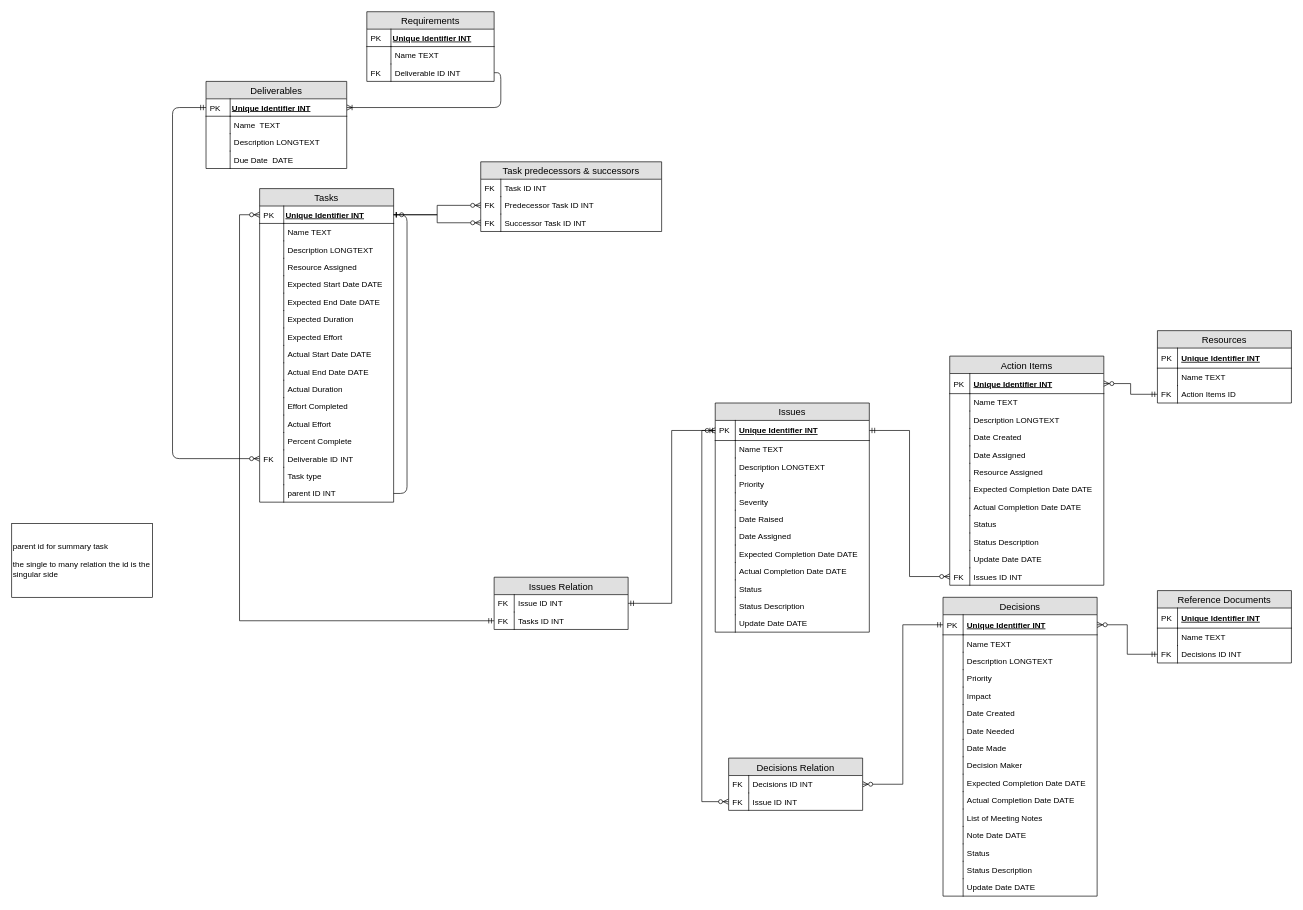
This is ERD.drawio from alicebalayan/comp380---project3, a draw.io file, before an edit. Source tidied: cells renumbered, new cells numbered last; positions are measured from the earlier drawing's top-left corner, leaving out a move shared by most shapes. Both pictures are drawn from the tidied source at 67%, with x=0, y=0 at pixel (11, 11).
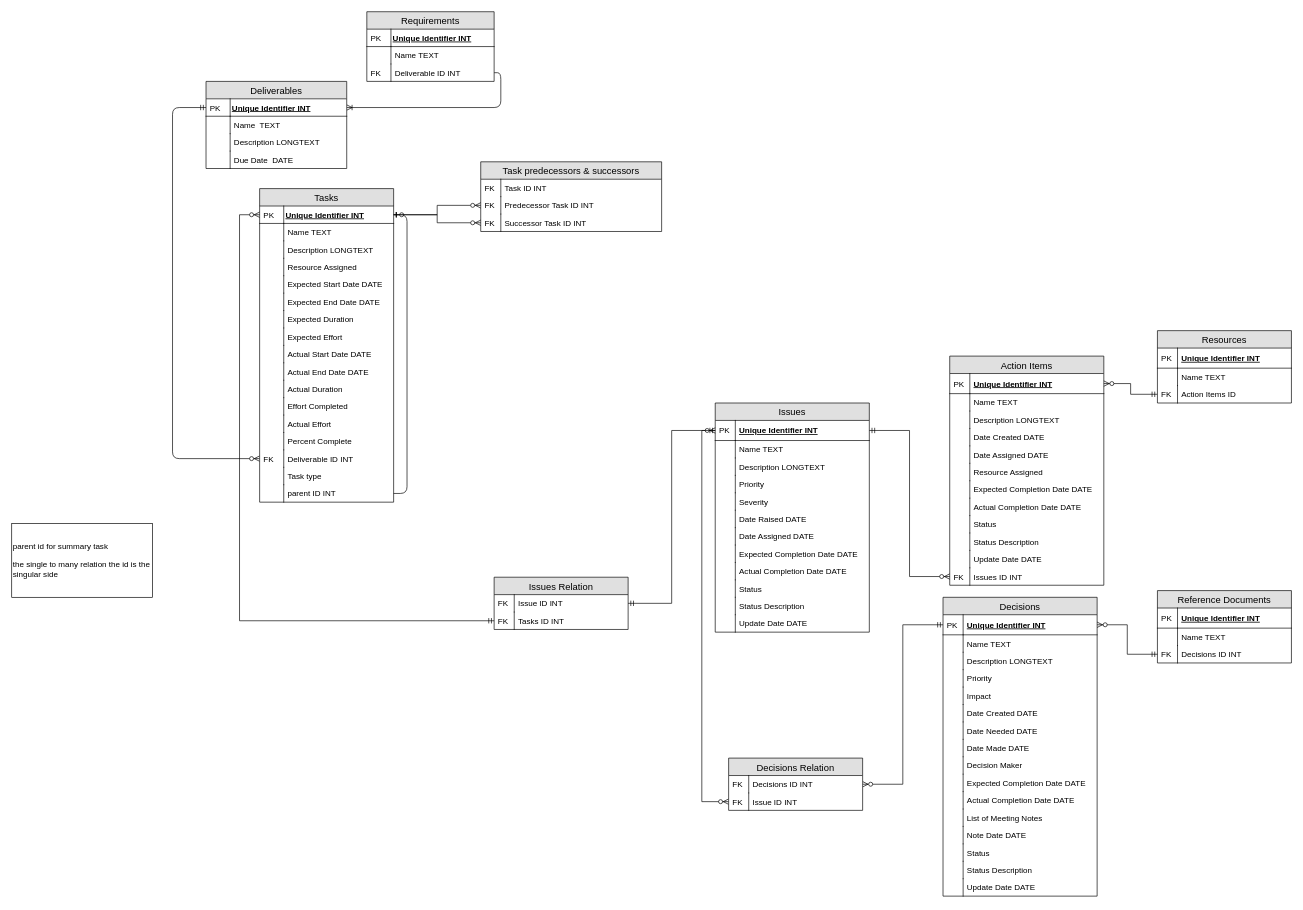
Above is the later version.

Unchanged cells that the change refers to:
```xml
<mxCell id="2" value="Issues" style="swimlane;fontStyle=0;horizontal=1;startSize=26;fillColor=#e0e0e0;swimlaneFillColor=#ffffff;align=center;fontSize=14;" parent="1" vertex="1">
  <mxGeometry x="1050" y="584" width="230" height="342" as="geometry" />
</mxCell>
<mxCell id="28" value="Decisions" style="swimlane;fontStyle=0;horizontal=1;startSize=26;fillColor=#e0e0e0;swimlaneFillColor=#ffffff;align=center;fontSize=14;" parent="1" vertex="1">
  <mxGeometry x="1390" y="874" width="230" height="446" as="geometry" />
</mxCell>
<mxCell id="61" value="Action Items" style="swimlane;fontStyle=0;horizontal=1;startSize=26;fillColor=#e0e0e0;swimlaneFillColor=#ffffff;align=center;fontSize=14;" parent="1" vertex="1">
  <mxGeometry x="1400" y="514" width="230" height="342" as="geometry" />
</mxCell>
```

What changed in the source:
```diff
@@
-    <mxCell id="13" value="Date Raised" style="shape=partialRectangle;top=0;left=0;right=0;bottom=0;align=left;verticalAlign=top;fillColor=none;spacingLeft=34;spacingRight=4;overflow=hidden;fontSize=12;" parent="2" vertex="1">
+    <mxCell id="13" value="Date Raised DATE" style="shape=partialRectangle;top=0;left=0;right=0;bottom=0;align=left;verticalAlign=top;fillColor=none;spacingLeft=34;spacingRight=4;overflow=hidden;fontSize=12;" parent="2" vertex="1">
       <mxGeometry y="160" width="230" height="26" as="geometry" />
     </mxCell>
@@
-    <mxCell id="15" value="Date Assigned" style="shape=partialRectangle;top=0;left=0;right=0;bottom=0;align=left;verticalAlign=top;fillColor=none;spacingLeft=34;spacingRight=4;overflow=hidden;fontSize=12;" parent="2" vertex="1">
+    <mxCell id="15" value="Date Assigned DATE" style="shape=partialRectangle;top=0;left=0;right=0;bottom=0;align=left;verticalAlign=top;fillColor=none;spacingLeft=34;spacingRight=4;overflow=hidden;fontSize=12;" parent="2" vertex="1">
       <mxGeometry y="186" width="230" height="26" as="geometry" />
     </mxCell>
@@
-    <mxCell id="39" value="Date Created" style="shape=partialRectangle;top=0;left=0;right=0;bottom=0;align=left;verticalAlign=top;fillColor=none;spacingLeft=34;spacingRight=4;overflow=hidden;fontSize=12;" parent="28" vertex="1">
+    <mxCell id="39" value="Date Created DATE" style="shape=partialRectangle;top=0;left=0;right=0;bottom=0;align=left;verticalAlign=top;fillColor=none;spacingLeft=34;spacingRight=4;overflow=hidden;fontSize=12;" parent="28" vertex="1">
       <mxGeometry y="160" width="230" height="26" as="geometry" />
     </mxCell>
@@
-    <mxCell id="41" value="Date Needed" style="shape=partialRectangle;top=0;left=0;right=0;bottom=0;align=left;verticalAlign=top;fillColor=none;spacingLeft=34;spacingRight=4;overflow=hidden;fontSize=12;" parent="28" vertex="1">
+    <mxCell id="41" value="Date Needed DATE" style="shape=partialRectangle;top=0;left=0;right=0;bottom=0;align=left;verticalAlign=top;fillColor=none;spacingLeft=34;spacingRight=4;overflow=hidden;fontSize=12;" parent="28" vertex="1">
       <mxGeometry y="186" width="230" height="26" as="geometry" />
     </mxCell>
@@
-    <mxCell id="43" value="Date Made" style="shape=partialRectangle;top=0;left=0;right=0;bottom=0;align=left;verticalAlign=top;fillColor=none;spacingLeft=34;spacingRight=4;overflow=hidden;fontSize=12;" parent="28" vertex="1">
+    <mxCell id="43" value="Date Made DATE" style="shape=partialRectangle;top=0;left=0;right=0;bottom=0;align=left;verticalAlign=top;fillColor=none;spacingLeft=34;spacingRight=4;overflow=hidden;fontSize=12;" parent="28" vertex="1">
       <mxGeometry y="212" width="230" height="26" as="geometry" />
     </mxCell>
@@
-    <mxCell id="68" value="Date Created" style="shape=partialRectangle;top=0;left=0;right=0;bottom=0;align=left;verticalAlign=top;fillColor=none;spacingLeft=34;spacingRight=4;overflow=hidden;fontSize=12;" parent="61" vertex="1">
+    <mxCell id="68" value="Date Created DATE" style="shape=partialRectangle;top=0;left=0;right=0;bottom=0;align=left;verticalAlign=top;fillColor=none;spacingLeft=34;spacingRight=4;overflow=hidden;fontSize=12;" parent="61" vertex="1">
       <mxGeometry y="108" width="230" height="26" as="geometry" />
     </mxCell>
@@
-    <mxCell id="70" value="Date Assigned" style="shape=partialRectangle;top=0;left=0;right=0;bottom=0;align=left;verticalAlign=top;fillColor=none;spacingLeft=34;spacingRight=4;overflow=hidden;fontSize=12;" parent="61" vertex="1">
+    <mxCell id="70" value="Date Assigned DATE" style="shape=partialRectangle;top=0;left=0;right=0;bottom=0;align=left;verticalAlign=top;fillColor=none;spacingLeft=34;spacingRight=4;overflow=hidden;fontSize=12;" parent="61" vertex="1">
       <mxGeometry y="134" width="230" height="26" as="geometry" />
     </mxCell>
```
